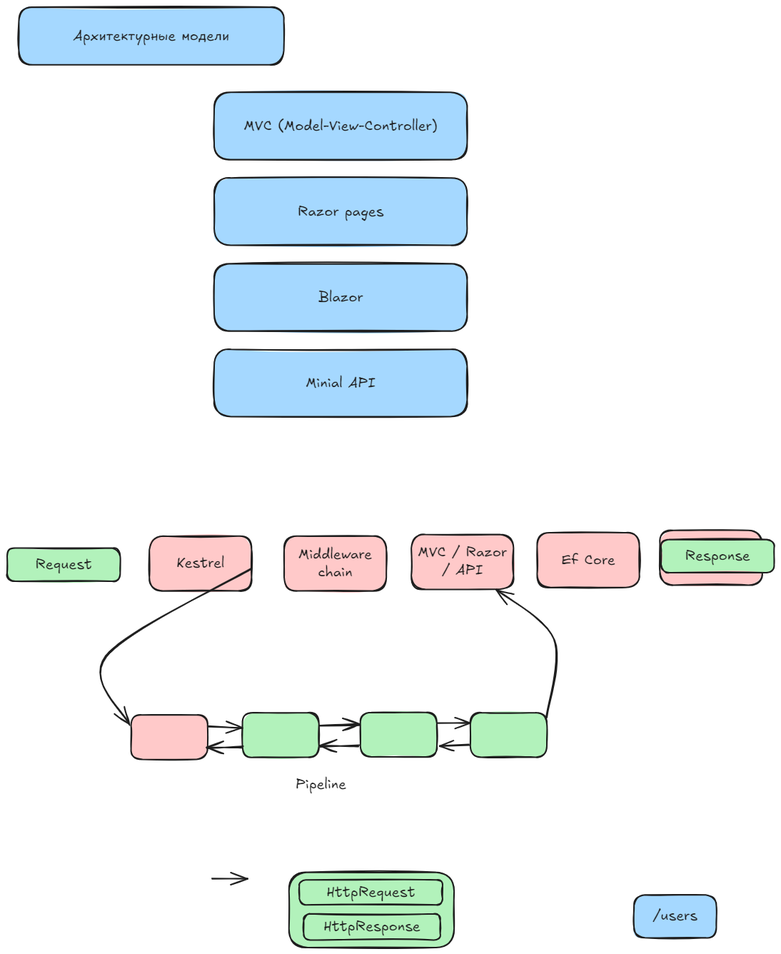
Above: img/2_asp_intro.excalidraw.png in silvercodes/p23_p31_aspnetcore (Excalidraw), before the change. Source tidied: one line per element, renumbered; positions are measured from the earlier drawing's top-left corner, leaving out a move shared by most shapes.
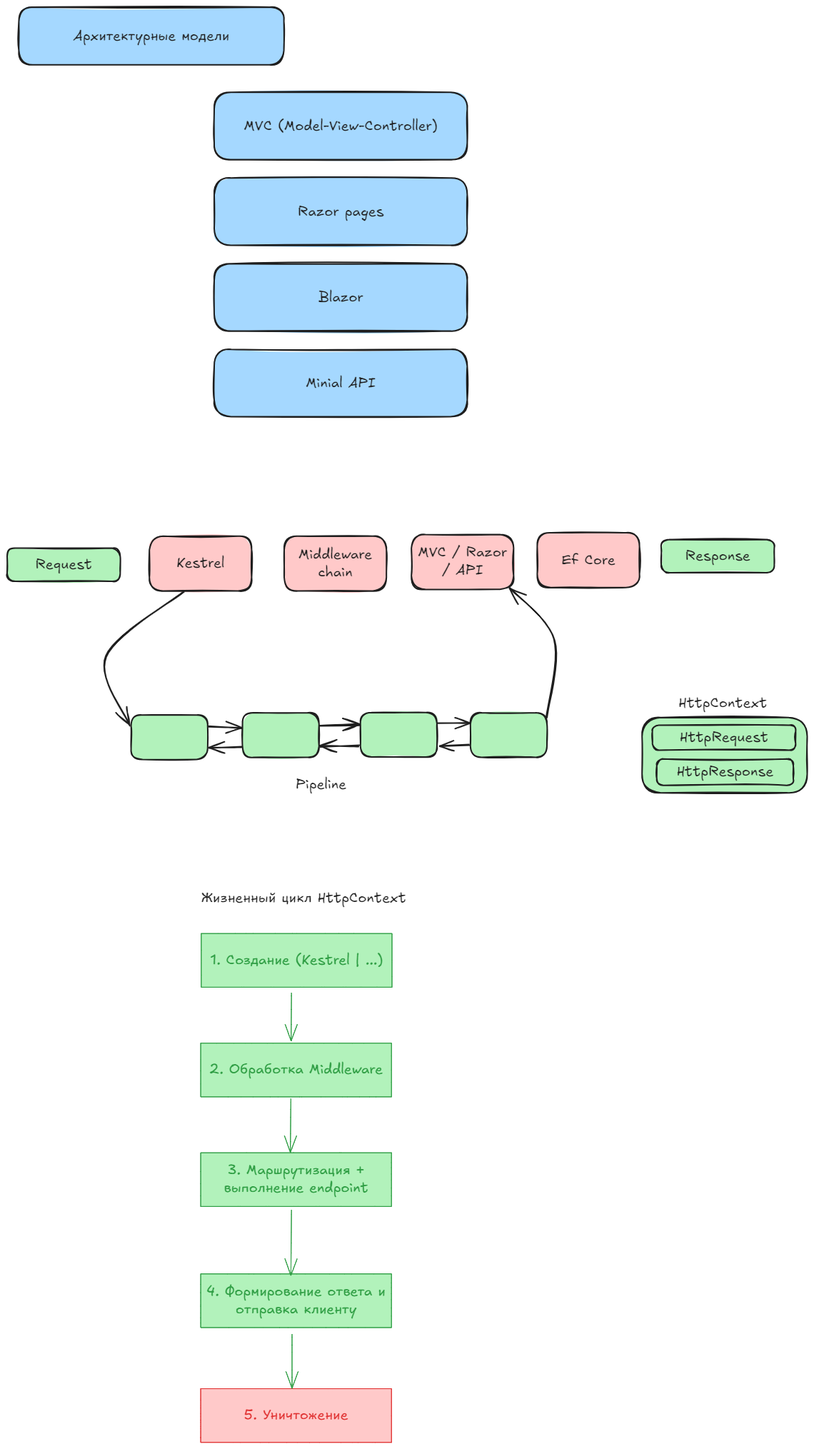
After the change.

The edit, as a diff of the source:
```diff
@@ -20,21 +20,37 @@
 {"id": 19, "type": "text", "text": "Ef Core", "strokeColor": "#1e1e1e", "backgroundColor": "#ffc9c9", "fillStyle": "solid", "strokeWidth": 2, "roughness": 1, "fontSize": 20, "fontFamily": 5, "textAlign": "center", "verticalAlign": "middle", "inside": 18, "x": 776, "y": 762, "width": 75, "height": 25}
 {"id": 20, "type": "rectangle", "strokeColor": "#1e1e1e", "backgroundColor": "#b2f2bb", "fillStyle": "solid", "strokeWidth": 2, "roughness": 1, "round": true, "x": 916, "y": 746, "width": 158, "height": 46}
 {"id": 21, "type": "text", "text": "Response", "strokeColor": "#1e1e1e", "backgroundColor": "#b2f2bb", "fillStyle": "solid", "strokeWidth": 2, "roughness": 1, "fontSize": 20, "fontFamily": 5, "textAlign": "center", "verticalAlign": "middle", "inside": 20, "x": 950, "y": 756, "width": 91, "height": 25}
-{"id": 22, "type": "rectangle", "strokeColor": "#1e1e1e", "backgroundColor": "#ffc9c9", "fillStyle": "solid", "strokeWidth": 2, "roughness": 1, "round": true, "x": 174, "y": 991, "width": 107, "height": 62}
+{"id": 22, "type": "rectangle", "strokeColor": "#1e1e1e", "backgroundColor": "#b2f2bb", "fillStyle": "solid", "strokeWidth": 2, "roughness": 1, "round": true, "x": 174, "y": 991, "width": 107, "height": 62}
 {"id": 23, "type": "rectangle", "strokeColor": "#1e1e1e", "backgroundColor": "#b2f2bb", "fillStyle": "solid", "strokeWidth": 2, "roughness": 1, "round": true, "x": 330, "y": 988, "width": 107, "height": 62}
 {"id": 24, "type": "rectangle", "strokeColor": "#1e1e1e", "backgroundColor": "#b2f2bb", "fillStyle": "solid", "strokeWidth": 2, "roughness": 1, "round": true, "x": 495, "y": 988, "width": 107, "height": 62}
 {"id": 25, "type": "rectangle", "strokeColor": "#1e1e1e", "backgroundColor": "#b2f2bb", "fillStyle": "solid", "strokeWidth": 2, "roughness": 1, "round": true, "x": 649, "y": 988, "width": 107, "height": 62}
-{"id": 26, "type": "arrow", "strokeColor": "#1e1e1e", "backgroundColor": "#ffc9c9", "fillStyle": "solid", "strokeWidth": 2, "roughness": 1, "endArrowhead": "arrow", "round": true, "from": 12, "to": 22, "x": 342, "y": 786, "width": 204, "height": 218, "points": [[0, 0], [-204, 122], [-171, 218]]}
+{"id": 26, "type": "arrow", "strokeColor": "#1e1e1e", "backgroundColor": "#ffc9c9", "fillStyle": "solid", "strokeWidth": 2, "roughness": 1, "endArrowhead": "arrow", "round": true, "from": 12, "to": 22, "x": 248, "y": 818, "width": 110, "height": 187, "points": [[0, 0], [-110, 91], [-77, 187]]}
-{"id": 27, "type": "arrow", "strokeColor": "#1e1e1e", "backgroundColor": "#ffc9c9", "fillStyle": "solid", "strokeWidth": 2, "roughness": 1, "endArrowhead": "arrow", "round": true, "from": 25, "to": 16, "x": 756, "y": 996, "width": 83, "height": 179, "points": [[0, 0], [12, -109], [-71, -179]]}
+{"id": 27, "type": "arrow", "strokeColor": "#1e1e1e", "backgroundColor": "#ffc9c9", "fillStyle": "solid", "strokeWidth": 2, "roughness": 1, "endArrowhead": "arrow", "round": true, "from": 25, "to": 16, "x": 756, "y": 996, "width": 64, "height": 182, "points": [[0, 0], [12, -109], [-52, -182]]}
 {"id": 28, "type": "arrow", "strokeColor": "#1e1e1e", "backgroundColor": "#b2f2bb", "fillStyle": "solid", "strokeWidth": 2, "roughness": 1, "endArrowhead": "arrow", "round": true, "from": 23, "to": 24, "x": 438, "y": 1006, "width": 56, "height": 1, "points": [[0, 0], [56, -1]]}
 {"id": 29, "type": "arrow", "strokeColor": "#1e1e1e", "backgroundColor": "#b2f2bb", "fillStyle": "solid", "strokeWidth": 2, "roughness": 1, "endArrowhead": "arrow", "round": true, "from": 24, "to": 25, "x": 603, "y": 1003, "width": 45, "height": 1, "points": [[0, 0], [45, -1]]}
 {"id": 30, "type": "arrow", "strokeColor": "#1e1e1e", "backgroundColor": "#b2f2bb", "fillStyle": "solid", "strokeWidth": 2, "roughness": 1, "endArrowhead": "arrow", "round": true, "from": 25, "to": 24, "x": 647, "y": 1033, "width": 42, "height": 2, "points": [[0, 0], [-42, 2]]}
 {"id": 31, "type": "arrow", "strokeColor": "#1e1e1e", "backgroundColor": "#b2f2bb", "fillStyle": "solid", "strokeWidth": 2, "roughness": 1, "endArrowhead": "arrow", "round": true, "from": 24, "to": 23, "x": 493, "y": 1034, "width": 55, "height": 1, "points": [[0, 0], [-55, 1]]}
-{"id": 32, "type": "arrow", "strokeColor": "#1e1e1e", "backgroundColor": "#b2f2bb", "fillStyle": "solid", "strokeWidth": 2, "roughness": 1, "endArrowhead": "arrow", "round": true, "from": 23, "to": 22, "x": 330, "y": 1036, "width": 51, "height": 1, "points": [[0, 0], [-51, 1]]}
+{"id": 32, "type": "arrow", "strokeColor": "#1e1e1e", "backgroundColor": "#b2f2bb", "fillStyle": "solid", "strokeWidth": 2, "roughness": 1, "endArrowhead": "arrow", "round": true, "from": 23, "to": 22, "x": 329, "y": 1036, "width": 46, "height": 1, "points": [[0, 0], [-46, 1]]}
 {"id": 33, "type": "text", "text": "Pipeline", "strokeColor": "#1e1e1e", "backgroundColor": "#a5d8ff", "fillStyle": "solid", "strokeWidth": 2, "roughness": 1, "fontSize": 20, "fontFamily": 5, "x": 404, "y": 1077, "width": 71, "height": 25}
-{"id": 34, "type": "rectangle", "strokeColor": "#1e1e1e", "backgroundColor": "#b2f2bb", "fillStyle": "solid", "strokeWidth": 2, "roughness": 1, "round": true, "x": 395, "y": 1212, "width": 231, "height": 105}
+{"id": 34, "type": "rectangle", "strokeColor": "#1e1e1e", "backgroundColor": "#b2f2bb", "fillStyle": "solid", "strokeWidth": 2, "roughness": 1, "round": true, "x": 889, "y": 995, "width": 231, "height": 105}
-{"id": 35, "type": "rectangle", "strokeColor": "#1e1e1e", "backgroundColor": "#b2f2bb", "fillStyle": "solid", "strokeWidth": 2, "roughness": 1, "round": true, "x": 409, "y": 1222, "width": 201, "height": 35}
+{"id": 35, "type": "rectangle", "strokeColor": "#1e1e1e", "backgroundColor": "#b2f2bb", "fillStyle": "solid", "strokeWidth": 2, "roughness": 1, "round": true, "x": 904, "y": 1005, "width": 201, "height": 35}
-{"id": 36, "type": "text", "text": "HttpRequest", "strokeColor": "#1e1e1e", "backgroundColor": "#b2f2bb", "fillStyle": "solid", "strokeWidth": 2, "roughness": 1, "fontSize": 20, "fontFamily": 5, "textAlign": "center", "verticalAlign": "middle", "inside": 35, "x": 448, "y": 1227, "width": 124, "height": 25}
+{"id": 36, "type": "text", "text": "HttpRequest", "strokeColor": "#1e1e1e", "backgroundColor": "#b2f2bb", "fillStyle": "solid", "strokeWidth": 2, "roughness": 1, "fontSize": 20, "fontFamily": 5, "textAlign": "center", "verticalAlign": "middle", "inside": 35, "x": 942, "y": 1010, "width": 124, "height": 25}
-{"id": 37, "type": "rectangle", "strokeColor": "#1e1e1e", "backgroundColor": "#b2f2bb", "fillStyle": "solid", "strokeWidth": 2, "roughness": 1, "round": true, "x": 415, "y": 1270, "width": 191, "height": 37}
+{"id": 37, "type": "rectangle", "strokeColor": "#1e1e1e", "backgroundColor": "#b2f2bb", "fillStyle": "solid", "strokeWidth": 2, "roughness": 1, "round": true, "x": 910, "y": 1053, "width": 191, "height": 37}
-{"id": 38, "type": "text", "text": "HttpResponse", "strokeColor": "#1e1e1e", "backgroundColor": "#b2f2bb", "fillStyle": "solid", "strokeWidth": 2, "roughness": 1, "fontSize": 20, "fontFamily": 5, "textAlign": "center", "verticalAlign": "middle", "inside": 37, "x": 443, "y": 1276, "width": 135, "height": 25}
+{"id": 38, "type": "text", "text": "HttpResponse", "strokeColor": "#1e1e1e", "backgroundColor": "#b2f2bb", "fillStyle": "solid", "strokeWidth": 2, "roughness": 1, "fontSize": 20, "fontFamily": 5, "textAlign": "center", "verticalAlign": "middle", "inside": 37, "x": 938, "y": 1059, "width": 135, "height": 25}
-{"id": 39, "type": "arrow", "strokeColor": "#1e1e1e", "backgroundColor": "#b2f2bb", "fillStyle": "solid", "strokeWidth": 2, "roughness": 1, "endArrowhead": "arrow", "round": true, "from": 22, "to": 23, "x": 282, "y": 1007, "width": 48, "height": 3, "points": [[0, 0], [48, 3]]}
+{"id": 39, "type": "arrow", "strokeColor": "#1e1e1e", "backgroundColor": "#b2f2bb", "fillStyle": "solid", "strokeWidth": 2, "roughness": 1, "endArrowhead": "arrow", "round": true, "from": 22, "to": 23, "x": 282, "y": 1007, "width": 47, "height": 3, "points": [[0, 0], [47, 3]]}
+{"id": 40, "type": "text", "text": "HttpContext", "strokeColor": "#1e1e1e", "strokeWidth": 2, "roughness": 1, "fontSize": 20, "fontFamily": 5, "x": 940, "y": 962, "width": 124, "height": 25}
+{"id": 41, "type": "rectangle", "strokeColor": "#2f9e44", "backgroundColor": "#b2f2bb", "fillStyle": "solid", "strokeWidth": 1, "roughness": 0, "x": 272, "y": 1297, "width": 267, "height": 75}
+{"id": 42, "type": "text", "text": "1. Создание (Kestrel | ...)", "strokeColor": "#2f9e44", "backgroundColor": "#b2f2bb", "fillStyle": "solid", "strokeWidth": 1, "roughness": 0, "fontSize": 20, "fontFamily": 5, "textAlign": "center", "verticalAlign": "middle", "inside": 41, "x": 285, "y": 1322, "width": 242, "height": 25}
+{"id": 43, "type": "text", "text": "Жизненный цикл HttpContext", "strokeColor": "#1e1e1e", "backgroundColor": "#b2f2bb", "fillStyle": "solid", "strokeWidth": 2, "roughness": 1, "fontSize": 20, "fontFamily": 5, "x": 272, "y": 1235, "width": 287, "height": 25}
+{"id": 44, "type": "rectangle", "strokeColor": "#2f9e44", "backgroundColor": "#b2f2bb", "fillStyle": "solid", "strokeWidth": 1, "roughness": 0, "x": 271, "y": 1451, "width": 267, "height": 75}
+{"id": 45, "type": "text", "text": "2. Обработка Middleware", "strokeColor": "#2f9e44", "backgroundColor": "#b2f2bb", "fillStyle": "solid", "strokeWidth": 1, "roughness": 0, "fontSize": 20, "fontFamily": 5, "textAlign": "center", "verticalAlign": "middle", "inside": 44, "x": 283, "y": 1476, "width": 243, "height": 25}
+{"id": 46, "type": "arrow", "strokeColor": "#2f9e44", "backgroundColor": "#b2f2bb", "fillStyle": "solid", "strokeWidth": 1, "roughness": 0, "endArrowhead": "arrow", "round": true, "from": 41, "to": 44, "x": 398, "y": 1380, "width": 1, "height": 67, "points": [[0, 0], [-1, 67]]}
+{"id": 47, "type": "rectangle", "strokeColor": "#2f9e44", "backgroundColor": "#b2f2bb", "fillStyle": "solid", "strokeWidth": 1, "roughness": 0, "x": 271, "y": 1604, "width": 267, "height": 75}
+{"id": 48, "type": "text", "text": "3. Маршрутизация +\nвыполнение endpoint", "strokeColor": "#2f9e44", "backgroundColor": "#b2f2bb", "fillStyle": "solid", "strokeWidth": 1, "roughness": 0, "fontSize": 20, "fontFamily": 5, "textAlign": "center", "verticalAlign": "middle", "inside": 47, "x": 303, "y": 1617, "width": 202, "height": 50}
+{"id": 49, "type": "arrow", "strokeColor": "#2f9e44", "backgroundColor": "#b2f2bb", "fillStyle": "solid", "strokeWidth": 1, "roughness": 0, "endArrowhead": "arrow", "round": true, "from": 44, "to": 47, "x": 397, "y": 1528, "width": 1, "height": 75, "points": [[0, 0], [-1, 75]]}
+{"id": 50, "type": "rectangle", "strokeColor": "#2f9e44", "backgroundColor": "#b2f2bb", "fillStyle": "solid", "strokeWidth": 1, "roughness": 0, "x": 271, "y": 1774, "width": 267, "height": 75}
+{"id": 51, "type": "text", "text": "4. Формирование ответа и\nотправка клиенту", "strokeColor": "#2f9e44", "backgroundColor": "#b2f2bb", "fillStyle": "solid", "strokeWidth": 1, "roughness": 0, "fontSize": 20, "fontFamily": 5, "textAlign": "center", "verticalAlign": "middle", "inside": 50, "x": 279, "y": 1786, "width": 250, "height": 50}
+{"id": 52, "type": "arrow", "strokeColor": "#2f9e44", "backgroundColor": "#b2f2bb", "fillStyle": "solid", "strokeWidth": 1, "roughness": 0, "endArrowhead": "arrow", "round": true, "from": 47, "to": 50, "x": 398, "y": 1684, "width": 1, "height": 92, "points": [[0, 0], [-1, 92]]}
+{"id": 53, "type": "rectangle", "strokeColor": "#e03131", "backgroundColor": "#ffc9c9", "fillStyle": "solid", "strokeWidth": 1, "roughness": 0, "x": 271, "y": 1935, "width": 267, "height": 75}
+{"id": 54, "type": "text", "text": "5. Уничтожение", "strokeColor": "#e03131", "backgroundColor": "#b2f2bb", "fillStyle": "solid", "strokeWidth": 1, "roughness": 0, "fontSize": 20, "fontFamily": 5, "textAlign": "center", "verticalAlign": "middle", "inside": 53, "x": 332, "y": 1960, "width": 145, "height": 25}
+{"id": 55, "type": "arrow", "strokeColor": "#2f9e44", "backgroundColor": "#b2f2bb", "fillStyle": "solid", "strokeWidth": 1, "roughness": 0, "endArrowhead": "arrow", "round": true, "from": 50, "to": 53, "x": 399, "y": 1858, "width": 0, "height": 76, "points": [[0, 0], [0, 76]]}
```
